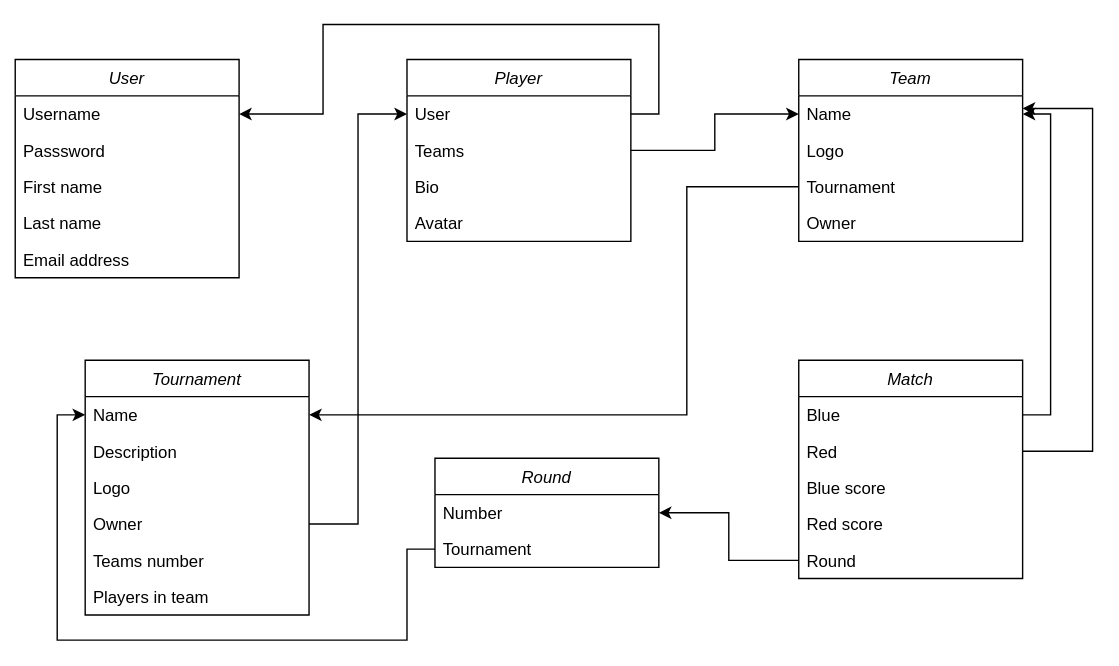
Before: documentation/images/database.svg, a diagram exported from draw.io (TheSaintDeer/Student-tournaments). Source tidied: cells renumbered, new cells last; positions are measured from the earlier drawing's top-left corner, leaving out a move shared by most shapes.
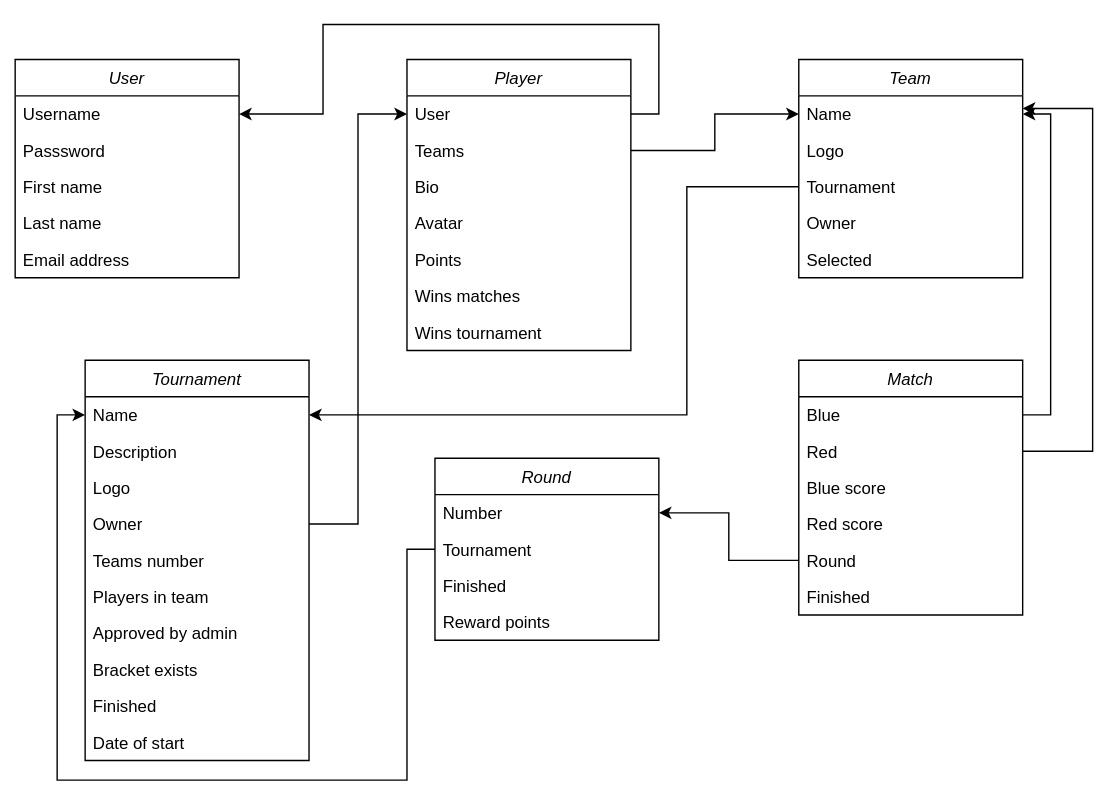
The same diagram one commit later.

Commit message:
fix: user_detail

The edit, as a diff of the source:
```diff
@@ -3,7 +3,7 @@
     <mxCell id="0" />
     <mxCell id="1" parent="0" />
     <mxCell id="2" value="Tournament" style="swimlane;fontStyle=2;align=center;verticalAlign=top;horizontal=1;startSize=26;rounded=0;shadow=0;strokeWidth=1;" parent="1" vertex="1">
-      <mxGeometry x="50" y="240" width="160" height="182" as="geometry" />
+      <mxGeometry x="50" y="240" width="160" height="286" as="geometry" />
     </mxCell>
     <mxCell id="3" value="Name" style="text;align=left;verticalAlign=top;spacingLeft=4;spacingRight=4;overflow=hidden;points=[[0,0.5],[1,0.5]];portConstraint=eastwest;" parent="2" vertex="1">
       <mxGeometry y="26" width="160" height="26" as="geometry" />
@@ -23,8 +23,20 @@
     <mxCell id="8" value="Players in team" style="text;align=left;verticalAlign=top;spacingLeft=4;spacingRight=4;overflow=hidden;" parent="2" vertex="1">
       <mxGeometry y="156" width="160" height="26" as="geometry" />
     </mxCell>
+    <mxCell id="42" value="Approved by admin" style="text;align=left;verticalAlign=top;spacingLeft=4;spacingRight=4;overflow=hidden;" parent="2" vertex="1">
+      <mxGeometry y="182" width="160" height="26" as="geometry" />
+    </mxCell>
+    <mxCell id="43" value="Bracket exists" style="text;align=left;verticalAlign=top;spacingLeft=4;spacingRight=4;overflow=hidden;" parent="2" vertex="1">
+      <mxGeometry y="208" width="160" height="26" as="geometry" />
+    </mxCell>
+    <mxCell id="44" value="Finished" style="text;align=left;verticalAlign=top;spacingLeft=4;spacingRight=4;overflow=hidden;" parent="2" vertex="1">
+      <mxGeometry y="234" width="160" height="26" as="geometry" />
+    </mxCell>
+    <mxCell id="45" value="Date of start" style="text;align=left;verticalAlign=top;spacingLeft=4;spacingRight=4;overflow=hidden;" parent="2" vertex="1">
+      <mxGeometry y="260" width="160" height="26" as="geometry" />
+    </mxCell>
     <mxCell id="9" value="Team" style="swimlane;fontStyle=2;align=center;verticalAlign=top;horizontal=1;startSize=26;rounded=0;shadow=0;strokeWidth=1;" parent="1" vertex="1">
-      <mxGeometry x="560" y="25" width="160" height="130" as="geometry" />
+      <mxGeometry x="560" y="25" width="160" height="156" as="geometry" />
     </mxCell>
     <mxCell id="10" value="Name" style="text;align=left;verticalAlign=top;spacingLeft=4;spacingRight=4;overflow=hidden;points=[[0,0.5],[1,0.5]];portConstraint=eastwest;" parent="9" vertex="1">
       <mxGeometry y="26" width="160" height="26" as="geometry" />
@@ -38,8 +50,11 @@
     <mxCell id="13" value="Owner" style="text;align=left;verticalAlign=top;spacingLeft=4;spacingRight=4;overflow=hidden;" parent="9" vertex="1">
       <mxGeometry y="104" width="160" height="26" as="geometry" />
     </mxCell>
+    <mxCell id="46" value="Selected" style="text;align=left;verticalAlign=top;spacingLeft=4;spacingRight=4;overflow=hidden;" parent="9" vertex="1">
+      <mxGeometry y="130" width="160" height="26" as="geometry" />
+    </mxCell>
     <mxCell id="14" value="Player" style="swimlane;fontStyle=2;align=center;verticalAlign=top;horizontal=1;startSize=26;rounded=0;shadow=0;strokeWidth=1;" parent="1" vertex="1">
-      <mxGeometry x="280" y="25" width="160" height="130" as="geometry" />
+      <mxGeometry x="280" y="25" width="160" height="208" as="geometry" />
     </mxCell>
     <mxCell id="15" value="User" style="text;align=left;verticalAlign=top;spacingLeft=4;spacingRight=4;overflow=hidden;points=[[0,0.5],[1,0.5]];portConstraint=eastwest;" parent="14" vertex="1">
       <mxGeometry y="26" width="160" height="26" as="geometry" />
@@ -53,8 +68,17 @@
     <mxCell id="18" value="Avatar" style="text;align=left;verticalAlign=top;spacingLeft=4;spacingRight=4;overflow=hidden;" parent="14" vertex="1">
       <mxGeometry y="104" width="160" height="26" as="geometry" />
     </mxCell>
+    <mxCell id="47" value="Points" style="text;align=left;verticalAlign=top;spacingLeft=4;spacingRight=4;overflow=hidden;" parent="14" vertex="1">
+      <mxGeometry y="130" width="160" height="26" as="geometry" />
+    </mxCell>
+    <mxCell id="48" value="Wins matches" style="text;align=left;verticalAlign=top;spacingLeft=4;spacingRight=4;overflow=hidden;" parent="14" vertex="1">
+      <mxGeometry y="156" width="160" height="26" as="geometry" />
+    </mxCell>
+    <mxCell id="49" value="Wins tournament" style="text;align=left;verticalAlign=top;spacingLeft=4;spacingRight=4;overflow=hidden;" parent="14" vertex="1">
+      <mxGeometry y="182" width="160" height="26" as="geometry" />
+    </mxCell>
     <mxCell id="19" value="Round" style="swimlane;fontStyle=2;align=center;verticalAlign=top;horizontal=1;startSize=26;rounded=0;shadow=0;strokeWidth=1;" parent="1" vertex="1">
-      <mxGeometry x="300" y="310" width="160" height="78" as="geometry" />
+      <mxGeometry x="300" y="310" width="160" height="130" as="geometry" />
     </mxCell>
     <mxCell id="20" value="Number" style="text;align=left;verticalAlign=top;spacingLeft=4;spacingRight=4;overflow=hidden;points=[[0,0.5],[1,0.5]];portConstraint=eastwest;" parent="19" vertex="1">
       <mxGeometry y="26" width="160" height="26" as="geometry" />
@@ -62,8 +86,14 @@
     <mxCell id="21" value="Tournament" style="text;align=left;verticalAlign=top;spacingLeft=4;spacingRight=4;overflow=hidden;points=[[0,0.5],[1,0.5]];portConstraint=eastwest;" parent="19" vertex="1">
       <mxGeometry y="52" width="160" height="26" as="geometry" />
     </mxCell>
+    <mxCell id="50" value="Finished" style="text;align=left;verticalAlign=top;spacingLeft=4;spacingRight=4;overflow=hidden;" parent="19" vertex="1">
+      <mxGeometry y="78" width="160" height="26" as="geometry" />
+    </mxCell>
+    <mxCell id="51" value="Reward points" style="text;align=left;verticalAlign=top;spacingLeft=4;spacingRight=4;overflow=hidden;" parent="19" vertex="1">
+      <mxGeometry y="104" width="160" height="26" as="geometry" />
+    </mxCell>
     <mxCell id="22" value="Match" style="swimlane;fontStyle=2;align=center;verticalAlign=top;horizontal=1;startSize=26;rounded=0;shadow=0;strokeWidth=1;" parent="1" vertex="1">
-      <mxGeometry x="560" y="240" width="160" height="156" as="geometry" />
+      <mxGeometry x="560" y="240" width="160" height="182" as="geometry" />
     </mxCell>
     <mxCell id="23" value="Blue" style="text;align=left;verticalAlign=top;spacingLeft=4;spacingRight=4;overflow=hidden;points=[[0,0.5],[1,0.5]];portConstraint=eastwest;" parent="22" vertex="1">
       <mxGeometry y="26" width="160" height="26" as="geometry" />
@@ -80,6 +110,9 @@
     <mxCell id="27" value="Round" style="text;align=left;verticalAlign=top;spacingLeft=4;spacingRight=4;overflow=hidden;points=[[0,0.5],[1,0.5]];portConstraint=eastwest;" parent="22" vertex="1">
       <mxGeometry y="130" width="160" height="26" as="geometry" />
     </mxCell>
+    <mxCell id="52" value="Finished" style="text;align=left;verticalAlign=top;spacingLeft=4;spacingRight=4;overflow=hidden;" parent="22" vertex="1">
+      <mxGeometry y="156" width="160" height="26" as="geometry" />
+    </mxCell>
     <mxCell id="28" value="User" style="swimlane;fontStyle=2;align=center;verticalAlign=top;horizontal=1;startSize=26;rounded=0;shadow=0;strokeWidth=1;" parent="1" vertex="1">
       <mxGeometry y="25" width="160" height="156" as="geometry" />
     </mxCell>
@@ -113,8 +146,8 @@
       <mxGeometry relative="1" as="geometry">
         <Array as="points">
           <mxPoint x="280" y="375" />
-          <mxPoint x="280" y="440" />
-          <mxPoint x="30" y="440" />
+          <mxPoint x="280" y="540" />
+          <mxPoint x="30" y="540" />
           <mxPoint x="30" y="279" />
         </Array>
       </mxGeometry>
```
